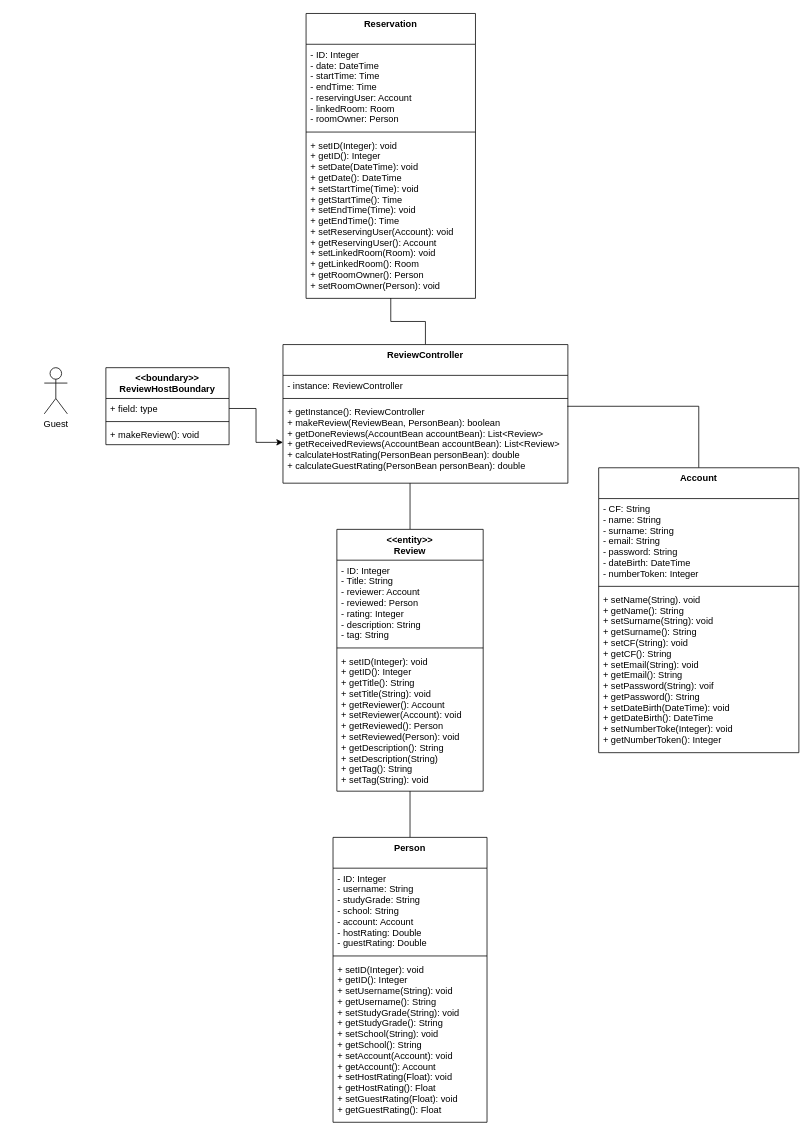
nic-agos/DoveStudi keeps this draw.io diagram as Deliverables/VoPC/VoPC ReviewHost.drawio. Above is the earlier version. Source tidied: cells renumbered, new cells numbered last; positions are measured from the earlier drawing's top-left corner, leaving out a move shared by most shapes. Both pictures are drawn from the tidied source at 77%, with x=0, y=0 at pixel (44, 13).
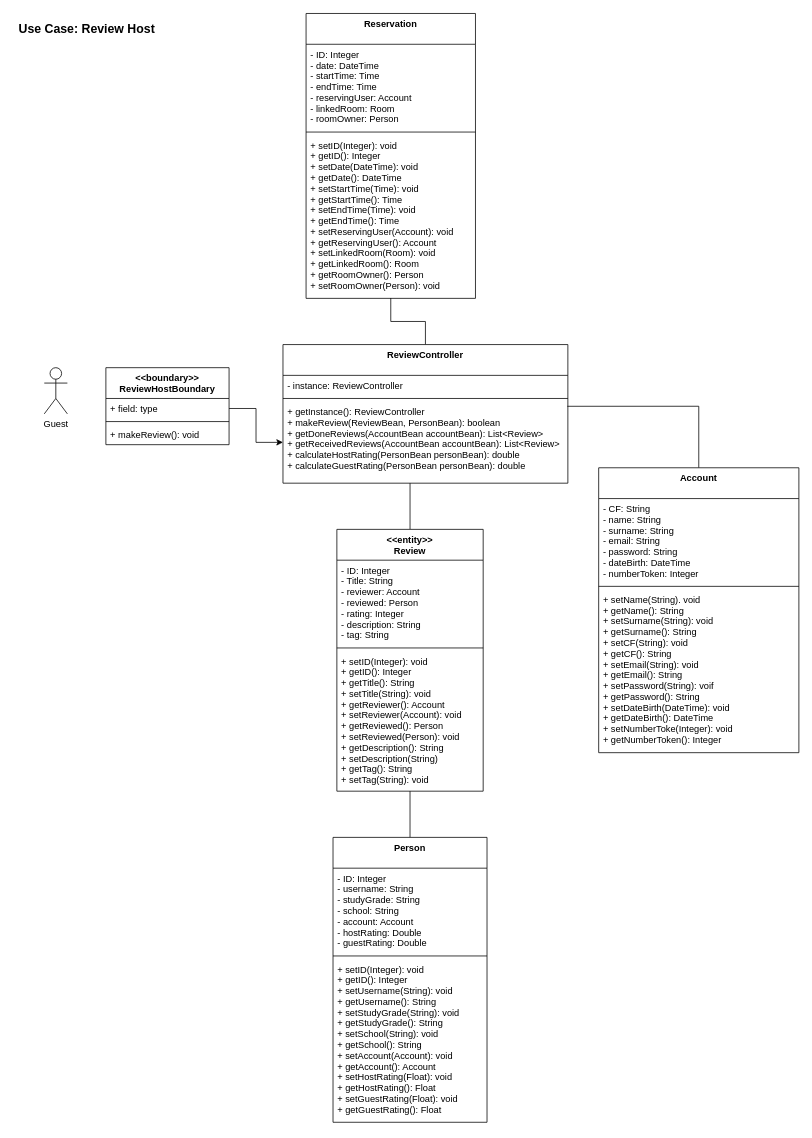
Above is the later version.

Diff of the diagram source:
```diff
@@
+    <mxCell id="32" value="&lt;font style=&quot;font-size: 16px&quot;&gt;&lt;b&gt;Use Case: Review Host&lt;/b&gt;&lt;/font&gt;" style="text;html=1;align=center;verticalAlign=middle;" parent="1" vertex="1">
+      <mxGeometry x="-40" y="10" width="190" height="20" as="geometry" />
+    </mxCell>
```
